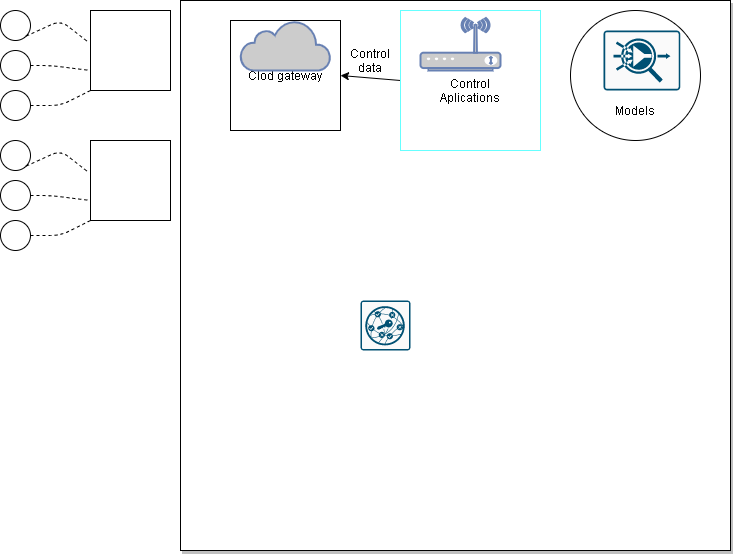
Before: Flujo.drawio.png, a diagram exported from draw.io (AlejandroDiaz96/SistemasProgramables2020). Source tidied: cells renumbered, new cells last; positions are measured from the earlier drawing's top-left corner, leaving out a move shared by most shapes.
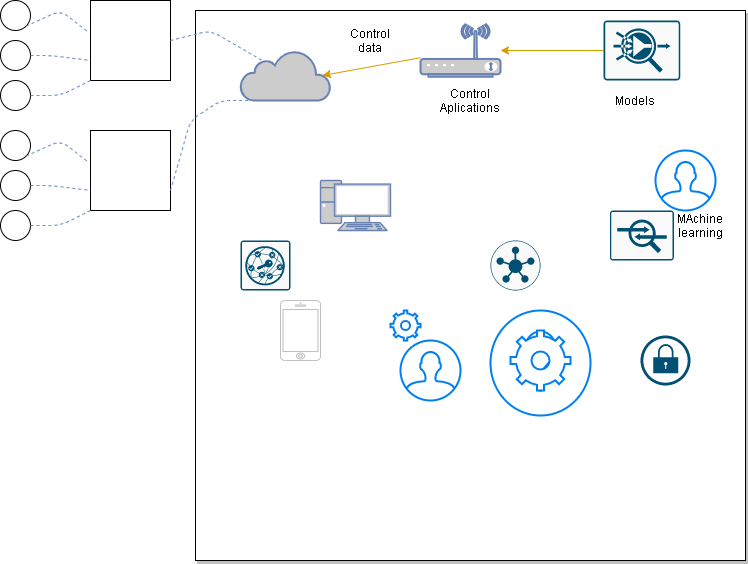
After the change.

The edit, as a diff of the source:
```diff
@@ -14,21 +14,21 @@
     <mxCell id="5" style="ellipse;whiteSpace=wrap;html=1;" parent="1" vertex="1">
       <mxGeometry y="90" width="30" height="30" as="geometry" />
     </mxCell>
-    <mxCell id="6" style="endArrow=none;dashed=1;html=1;entryX=-0.037;entryY=0.388;entryDx=0;entryDy=0;entryPerimeter=0;exitX=1;exitY=1;exitDx=0;exitDy=0;" parent="1" edge="1" source="3" target="2">
+    <mxCell id="6" style="endArrow=none;dashed=1;html=1;entryX=-0.037;entryY=0.388;entryDx=0;entryDy=0;entryPerimeter=0;exitX=1;exitY=1;exitDx=0;exitDy=0;gradientColor=#7ea6e0;fillColor=#dae8fc;strokeColor=#6c8ebf;" parent="1" edge="1" source="3" target="2">
       <mxGeometry relative="1" as="geometry">
         <Array as="points">
           <mxPoint x="60" y="20" />
         </Array>
       </mxGeometry>
     </mxCell>
-    <mxCell id="7" style="endArrow=none;dashed=1;html=1;exitX=1;exitY=0.5;exitDx=0;exitDy=0;entryX=0;entryY=0.75;entryDx=0;entryDy=0;" parent="1" edge="1" source="4" target="2">
+    <mxCell id="7" style="endArrow=none;dashed=1;html=1;exitX=1;exitY=0.5;exitDx=0;exitDy=0;entryX=0;entryY=0.75;entryDx=0;entryDy=0;gradientColor=#7ea6e0;fillColor=#dae8fc;strokeColor=#6c8ebf;" parent="1" edge="1" source="4" target="2">
       <mxGeometry relative="1" as="geometry">
         <Array as="points">
           <mxPoint x="50" y="65" />
         </Array>
       </mxGeometry>
     </mxCell>
-    <mxCell id="8" style="endArrow=none;dashed=1;html=1;exitX=1;exitY=0.5;exitDx=0;exitDy=0;entryX=0;entryY=1;entryDx=0;entryDy=0;" parent="1" edge="1" source="5" target="2">
+    <mxCell id="8" style="endArrow=none;dashed=1;html=1;exitX=1;exitY=0.5;exitDx=0;exitDy=0;entryX=0;entryY=1;entryDx=0;entryDy=0;gradientColor=#7ea6e0;fillColor=#dae8fc;strokeColor=#6c8ebf;" parent="1" edge="1" source="5" target="2">
       <mxGeometry relative="1" as="geometry">
         <Array as="points">
           <mxPoint x="60" y="105" />
@@ -47,21 +47,21 @@
     <mxCell id="12" style="ellipse;whiteSpace=wrap;html=1;" parent="1" vertex="1">
       <mxGeometry y="220" width="30" height="30" as="geometry" />
     </mxCell>
-    <mxCell id="13" style="endArrow=none;dashed=1;html=1;entryX=-0.037;entryY=0.388;entryDx=0;entryDy=0;entryPerimeter=0;exitX=1;exitY=1;exitDx=0;exitDy=0;" parent="1" edge="1" source="10" target="9">
+    <mxCell id="13" style="endArrow=none;dashed=1;html=1;entryX=-0.037;entryY=0.388;entryDx=0;entryDy=0;entryPerimeter=0;exitX=1;exitY=1;exitDx=0;exitDy=0;gradientColor=#7ea6e0;fillColor=#dae8fc;strokeColor=#6c8ebf;" parent="1" edge="1" source="10" target="9">
       <mxGeometry relative="1" as="geometry">
         <Array as="points">
           <mxPoint x="60" y="150" />
         </Array>
       </mxGeometry>
     </mxCell>
-    <mxCell id="14" style="endArrow=none;dashed=1;html=1;exitX=1;exitY=0.5;exitDx=0;exitDy=0;entryX=0;entryY=0.75;entryDx=0;entryDy=0;" parent="1" edge="1" source="11" target="9">
+    <mxCell id="14" style="endArrow=none;dashed=1;html=1;exitX=1;exitY=0.5;exitDx=0;exitDy=0;entryX=0;entryY=0.75;entryDx=0;entryDy=0;gradientColor=#7ea6e0;fillColor=#dae8fc;strokeColor=#6c8ebf;" parent="1" edge="1" source="11" target="9">
       <mxGeometry relative="1" as="geometry">
         <Array as="points">
           <mxPoint x="50" y="195" />
         </Array>
       </mxGeometry>
     </mxCell>
-    <mxCell id="15" style="endArrow=none;dashed=1;html=1;exitX=1;exitY=0.5;exitDx=0;exitDy=0;entryX=0;entryY=1;entryDx=0;entryDy=0;" parent="1" edge="1" source="12" target="9">
+    <mxCell id="15" style="endArrow=none;dashed=1;html=1;exitX=1;exitY=0.5;exitDx=0;exitDy=0;entryX=0;entryY=1;entryDx=0;entryDy=0;gradientColor=#7ea6e0;fillColor=#dae8fc;strokeColor=#6c8ebf;" parent="1" edge="1" source="12" target="9">
       <mxGeometry relative="1" as="geometry">
         <Array as="points">
           <mxPoint x="60" y="235" />
@@ -69,34 +69,25 @@
       </mxGeometry>
     </mxCell>
     <mxCell id="16" style="whiteSpace=wrap;html=1;rounded=0;shadow=1;" parent="1" vertex="1">
-      <mxGeometry x="180" width="550" height="550" as="geometry" />
+      <mxGeometry x="195" y="20" width="550" height="550" as="geometry" />
     </mxCell>
-    <mxCell id="17" value="Clod gateway" style="whiteSpace=wrap;html=1;" parent="1" vertex="1">
-      <mxGeometry x="230" y="20" width="110" height="110" as="geometry" />
-    </mxCell>
     <mxCell id="18" style="html=1;outlineConnect=0;fillColor=#CCCCCC;strokeColor=#6881B3;gradientColor=none;gradientDirection=north;strokeWidth=2;shape=mxgraph.networks.cloud;fontColor=#ffffff;" parent="1" vertex="1">
-      <mxGeometry x="240" y="20" width="90" height="50" as="geometry" />
+      <mxGeometry x="240" y="60" width="90" height="50" as="geometry" />
     </mxCell>
-    <mxCell id="19" style="endArrow=classic;html=1;entryX=1;entryY=0.5;entryDx=0;entryDy=0;exitX=0;exitY=0.5;exitDx=0;exitDy=0;" parent="1" edge="1" source="20" target="17">
+    <mxCell id="19" style="endArrow=classic;html=1;entryX=0.91;entryY=0.5;entryDx=0;entryDy=0;gradientColor=#ffa500;fillColor=#ffcd28;strokeColor=#d79b00;entryPerimeter=0;" parent="1" edge="1" source="22" target="18">
       <mxGeometry relative="1" as="geometry" />
     </mxCell>
-    <mxCell id="20" style="whiteSpace=wrap;html=1;strokeColor=#66FFFF;" parent="1" vertex="1">
-      <mxGeometry x="400" y="10" width="140" height="140" as="geometry" />
-    </mxCell>
     <mxCell id="21" value="Control data" style="text;html=1;strokeColor=none;fillColor=none;align=center;verticalAlign=middle;whiteSpace=wrap;rounded=0;" parent="1" vertex="1">
-      <mxGeometry x="350" y="50" width="40" height="20" as="geometry" />
+      <mxGeometry x="350" y="40" width="40" height="20" as="geometry" />
     </mxCell>
     <mxCell id="22" style="fontColor=#0066CC;verticalAlign=top;verticalLabelPosition=bottom;labelPosition=center;align=center;html=1;outlineConnect=0;fillColor=#CCCCCC;strokeColor=#6881B3;gradientColor=none;gradientDirection=north;strokeWidth=2;shape=mxgraph.networks.wireless_modem;" parent="1" vertex="1">
-      <mxGeometry x="420" y="17.5" width="80" height="52.5" as="geometry" />
+      <mxGeometry x="420" y="33.8" width="80" height="52.5" as="geometry" />
     </mxCell>
     <mxCell id="23" value="Control Aplications" style="text;html=1;strokeColor=none;fillColor=none;align=center;verticalAlign=middle;whiteSpace=wrap;rounded=0;" parent="1" vertex="1">
-      <mxGeometry x="450" y="80" width="40" height="20" as="geometry" />
+      <mxGeometry x="450" y="100" width="40" height="20" as="geometry" />
     </mxCell>
-    <mxCell id="24" style="ellipse;whiteSpace=wrap;html=1;" parent="1" vertex="1">
-      <mxGeometry x="570" y="10" width="130" height="130" as="geometry" />
-    </mxCell>
     <mxCell id="25" style="verticalLabelPosition=bottom;html=1;verticalAlign=top;align=center;shape=mxgraph.cisco19.rect;prIcon=posture_assessment;fillColor=#FAFAFA;strokeColor=#005073;" parent="1" vertex="1">
-      <mxGeometry x="360" y="300" width="50" height="50" as="geometry" />
+      <mxGeometry x="240" y="250" width="50" height="50" as="geometry" />
     </mxCell>
     <mxCell id="26" style="points=[[0.015,0.015,0],[0.985,0.015,0],[0.985,0.985,0],[0.015,0.985,0],[0.25,0,0],[0.5,0,0],[0.75,0,0],[1,0.25,0],[1,0.5,0],[1,0.75,0],[0.75,1,0],[0.5,1,0],[0.25,1,0],[0,0.75,0],[0,0.5,0],[0,0.25,0]];verticalLabelPosition=bottom;html=1;verticalAlign=top;align=center;shape=mxgraph.cisco19.rect;prIcon=flow_collector;fillColor=#FAFAFA;strokeColor=#005073;" parent="1" vertex="1">
       <mxGeometry x="603" y="30" width="76.8" height="60" as="geometry" />
@@ -104,5 +95,59 @@
     <mxCell id="27" value="Models" style="text;html=1;strokeColor=none;fillColor=none;align=center;verticalAlign=middle;whiteSpace=wrap;rounded=0;" parent="1" vertex="1">
       <mxGeometry x="615" y="100" width="40" height="20" as="geometry" />
     </mxCell>
+    <mxCell id="28" style="endArrow=none;dashed=1;html=1;entryX=0.26;entryY=0.22;entryDx=0;entryDy=0;exitX=1;exitY=0.5;exitDx=0;exitDy=0;strokeColor=#6c8ebf;gradientColor=#7ea6e0;fillColor=#dae8fc;entryPerimeter=0;" parent="1" edge="1" source="2" target="18">
+      <mxGeometry relative="1" as="geometry">
+        <Array as="points">
+          <mxPoint x="210" y="40" />
+        </Array>
+      </mxGeometry>
+    </mxCell>
+    <mxCell id="29" style="endArrow=none;dashed=1;html=1;entryX=0.14;entryY=1;entryDx=0;entryDy=0;exitX=1;exitY=0.75;exitDx=0;exitDy=0;strokeColor=#6c8ebf;gradientColor=#7ea6e0;fillColor=#dae8fc;entryPerimeter=0;" parent="1" edge="1" source="9" target="18">
+      <mxGeometry relative="1" as="geometry">
+        <Array as="points">
+          <mxPoint x="190" y="130" />
+          <mxPoint x="220" y="110" />
+        </Array>
+      </mxGeometry>
+    </mxCell>
+    <mxCell id="30" style="verticalLabelPosition=bottom;html=1;verticalAlign=top;align=center;shape=mxgraph.cisco19.rect;prIcon=ips_ids;fillColor=#FAFAFA;strokeColor=#005073;" parent="1" vertex="1">
+      <mxGeometry x="609.4" y="220" width="64" height="50" as="geometry" />
+    </mxCell>
+    <mxCell id="31" style="verticalLabelPosition=bottom;html=1;verticalAlign=top;align=center;shape=mxgraph.cisco19.lock;fillColor=#005073;strokeColor=none;" parent="1" vertex="1">
+      <mxGeometry x="640" y="345" width="50" height="50" as="geometry" />
+    </mxCell>
+    <mxCell id="32" style="verticalLabelPosition=bottom;html=1;verticalAlign=top;align=center;shape=mxgraph.cisco19.rect;prIcon=vsmart;fillColor=#FAFAFA;strokeColor=#005073;" parent="1" vertex="1">
+      <mxGeometry x="490" y="250" width="50" height="50" as="geometry" />
+    </mxCell>
+    <mxCell id="33" style="fontColor=#0066CC;verticalAlign=top;verticalLabelPosition=bottom;labelPosition=center;align=center;html=1;fillColor=#CCCCCC;strokeColor=#6881B3;gradientColor=none;gradientDirection=north;strokeWidth=2;shape=mxgraph.networks.pc;" parent="1" vertex="1">
+      <mxGeometry x="320" y="190" width="70" height="50" as="geometry" />
+    </mxCell>
+    <mxCell id="34" style="html=1;verticalLabelPosition=bottom;labelBackgroundColor=#ffffff;verticalAlign=top;shadow=0;dashed=0;strokeWidth=1;shape=mxgraph.ios7.misc.iphone;strokeColor=#c0c0c0;" parent="1" vertex="1">
+      <mxGeometry x="280" y="310" width="40" height="60" as="geometry" />
+    </mxCell>
+    <mxCell id="35" style="html=1;verticalLabelPosition=bottom;align=center;labelBackgroundColor=#ffffff;verticalAlign=top;strokeWidth=2;strokeColor=#0080F0;shadow=0;dashed=0;shape=mxgraph.ios7.icons.user;" parent="1" vertex="1">
+      <mxGeometry x="400" y="350" width="60" height="60" as="geometry" />
+    </mxCell>
+    <mxCell id="36" style="html=1;verticalLabelPosition=bottom;align=center;labelBackgroundColor=#ffffff;verticalAlign=top;strokeWidth=2;strokeColor=#0080F0;shadow=0;dashed=0;shape=mxgraph.ios7.icons.settings;" parent="1" vertex="1">
+      <mxGeometry x="390" y="320" width="30" height="30" as="geometry" />
+    </mxCell>
+    <mxCell id="37" style="html=1;verticalLabelPosition=bottom;align=center;labelBackgroundColor=#ffffff;verticalAlign=top;strokeWidth=2;strokeColor=#0080F0;shadow=0;dashed=0;shape=mxgraph.ios7.icons.help;" parent="1" vertex="1">
+      <mxGeometry x="490" y="320" width="100" height="105" as="geometry" />
+    </mxCell>
+    <mxCell id="38" style="html=1;verticalLabelPosition=bottom;align=center;labelBackgroundColor=#ffffff;verticalAlign=top;strokeWidth=2;strokeColor=#0080F0;shadow=0;dashed=0;shape=mxgraph.ios7.icons.settings;" parent="1" vertex="1">
+      <mxGeometry x="510" y="340" width="60" height="60" as="geometry" />
+    </mxCell>
+    <mxCell id="39" style="endArrow=classic;html=1;gradientColor=#ffa500;fillColor=#ffcd28;strokeColor=#d79b00;exitX=0;exitY=0.5;exitDx=0;exitDy=0;exitPerimeter=0;" parent="1" edge="1" source="26" target="22">
+      <mxGeometry relative="1" as="geometry" />
+    </mxCell>
+    <mxCell id="40" style="shadow=0;dashed=0;html=1;strokeColor=none;fillColor=#FFFFFF;labelPosition=center;verticalLabelPosition=bottom;verticalAlign=top;align=center;shape=mxgraph.vvd.vrealize_automation;" parent="1" vertex="1">
+      <mxGeometry x="640" y="160.6" width="19.4" height="19.4" as="geometry" />
+    </mxCell>
+    <mxCell id="41" style="html=1;verticalLabelPosition=bottom;align=center;labelBackgroundColor=#ffffff;verticalAlign=top;strokeWidth=2;strokeColor=#0080F0;shadow=0;dashed=0;shape=mxgraph.ios7.icons.user;" parent="1" vertex="1">
+      <mxGeometry x="655" y="160" width="60" height="60" as="geometry" />
+    </mxCell>
+    <mxCell id="42" value="MAchine learning" style="text;html=1;strokeColor=none;fillColor=none;align=center;verticalAlign=middle;whiteSpace=wrap;rounded=0;" parent="1" vertex="1">
+      <mxGeometry x="679.8" y="225" width="40" height="20" as="geometry" />
+    </mxCell>
   </root>
 </mxGraphModel>
```
